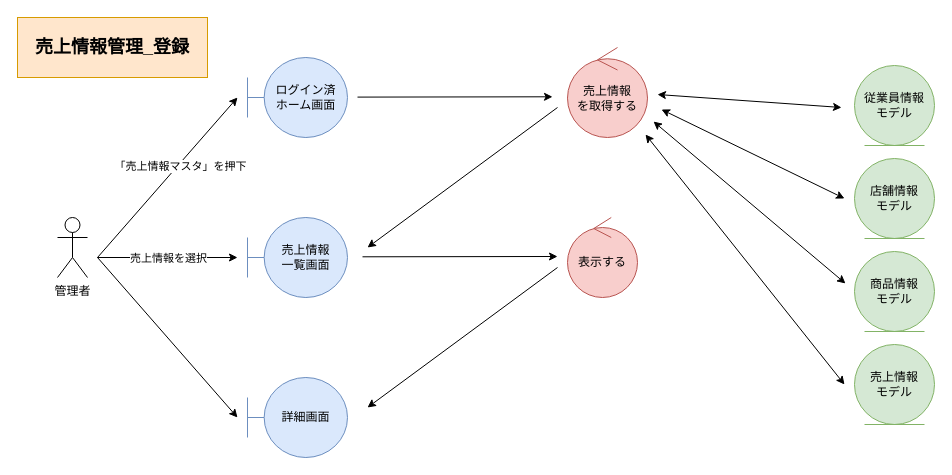
This is page "*売上情報管理_参照" (1 of 3) of 各種設計書/3ロバストネス図/マスタ管理/F04売上マスタ.drawio from HaruShim/Sotuken, a draw.io file, before an edit. Source tidied: cells renumbered, new cells numbered last; positions are measured from the earlier drawing's top-left corner, leaving out a move shared by most shapes. Both pictures are drawn from the tidied source at 100%, with x=0, y=0 at pixel (17, 17).
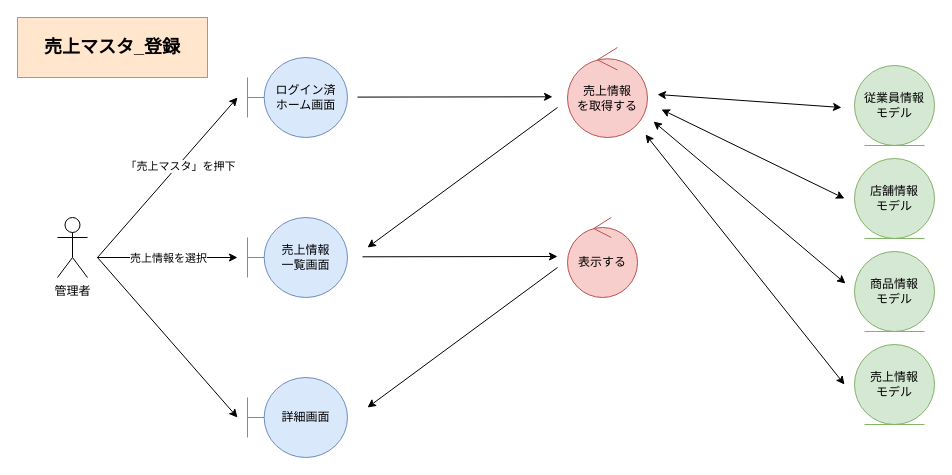
The same page after the edit.

Unchanged cells that the change refers to:
```xml
<mxCell id="9" style="endArrow=classic;html=1;rounded=0;" parent="1" edge="1">
  <mxGeometry relative="1" as="geometry">
    <mxPoint x="80" y="240" as="sourcePoint" />
    <mxPoint x="220" y="80" as="targetPoint" />
  </mxGeometry>
</mxCell>
```

What changed in the source:
```diff
@@
-    <mxCell id="10" value="「売上情報マスタ」を押下" style="edgeLabel;html=1;align=center;verticalAlign=middle;" parent="9" vertex="1">
+    <mxCell id="10" value="「売上マスタ」を押下" style="edgeLabel;html=1;align=center;verticalAlign=middle;" parent="9" vertex="1">
       <mxGeometry x="0.16" y="-2" relative="1" as="geometry" />
     </mxCell>
@@
-    <mxCell id="19" value="売上情報管理_登録" style="rounded=0;whiteSpace=wrap;html=1;fillColor=#ffe6cc;strokeColor=#d79b00;fontStyle=1;fontSize=18;" parent="1" vertex="1">
+    <mxCell id="19" value="売上マスタ_登録" style="rounded=0;whiteSpace=wrap;html=1;fillColor=#ffe6cc;strokeColor=#d79b00;fontStyle=1;fontSize=18;" parent="1" vertex="1">
       <mxGeometry width="190" height="60" as="geometry" />
     </mxCell>
```
